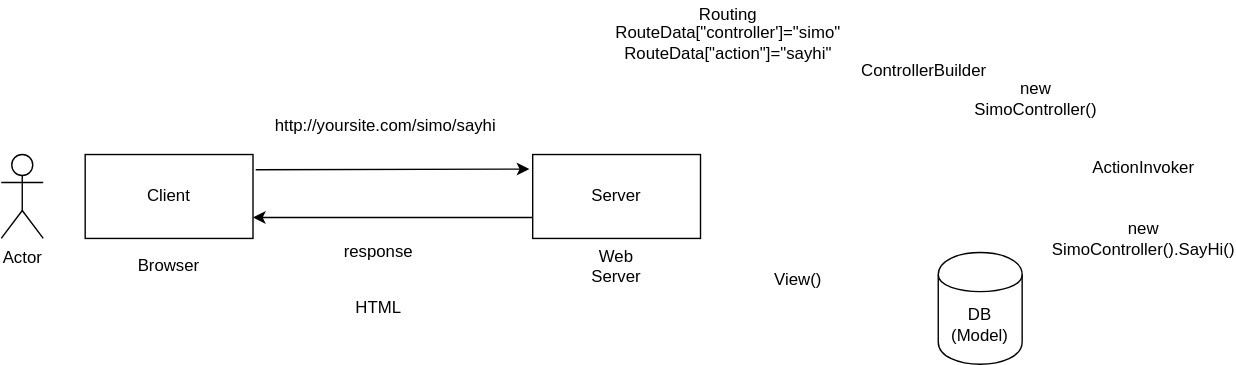
scolapicchioni/BD2020 keeps this draw.io diagram as ASPNET/Demos/TheWeb/drawing02.drawio.svg. Above is the earlier version. Source tidied: cells renumbered, new cells last; positions are measured from the earlier drawing's top-left corner, leaving out a move shared by most shapes. The source it was exported from:
```xml
<mxGraphModel>
  <root>
    <mxCell id="0" />
    <mxCell id="1" parent="0" />
    <mxCell id="2" value="Client" style="rounded=0;whiteSpace=wrap;html=1;" parent="1" vertex="1">
      <mxGeometry x="60" y="110" width="120" height="60" as="geometry" />
    </mxCell>
    <mxCell id="3" value="Server" style="rounded=0;whiteSpace=wrap;html=1;" parent="1" vertex="1">
      <mxGeometry x="380" y="110" width="120" height="60" as="geometry" />
    </mxCell>
    <mxCell id="4" value="Actor" style="shape=umlActor;verticalLabelPosition=bottom;labelBackgroundColor=#ffffff;verticalAlign=top;html=1;" parent="1" vertex="1">
      <mxGeometry y="110" width="30" height="60" as="geometry" />
    </mxCell>
    <mxCell id="5" value="Browser" style="text;html=1;strokeColor=none;fillColor=none;align=center;verticalAlign=middle;whiteSpace=wrap;rounded=0;" parent="1" vertex="1">
      <mxGeometry x="100" y="180" width="40" height="20" as="geometry" />
    </mxCell>
    <mxCell id="6" style="endArrow=classic;html=1;exitX=1.016;exitY=0.181;exitDx=0;exitDy=0;exitPerimeter=0;entryX=-0.02;entryY=0.173;entryDx=0;entryDy=0;entryPerimeter=0;" parent="1" edge="1" source="2" target="3">
      <mxGeometry relative="1" as="geometry" />
    </mxCell>
    <mxCell id="7" value="http://yoursite.com/simo/sayhi" style="text;html=1;strokeColor=none;fillColor=none;align=center;verticalAlign=middle;whiteSpace=wrap;rounded=0;" parent="1" vertex="1">
      <mxGeometry x="240" y="80" width="70" height="20" as="geometry" />
    </mxCell>
    <mxCell id="8" style="endArrow=classic;html=1;exitX=0;exitY=0.75;exitDx=0;exitDy=0;entryX=1;entryY=0.75;entryDx=0;entryDy=0;" parent="1" edge="1" source="3" target="2">
      <mxGeometry relative="1" as="geometry" />
    </mxCell>
    <mxCell id="9" value="response" style="text;html=1;strokeColor=none;fillColor=none;align=center;verticalAlign=middle;whiteSpace=wrap;rounded=0;" parent="1" vertex="1">
      <mxGeometry x="250" y="170" width="40" height="20" as="geometry" />
    </mxCell>
    <mxCell id="10" value="Web Server" style="text;html=1;strokeColor=none;fillColor=none;align=center;verticalAlign=middle;whiteSpace=wrap;rounded=0;" parent="1" vertex="1">
      <mxGeometry x="420" y="180" width="40" height="20" as="geometry" />
    </mxCell>
    <mxCell id="11" value="DB (Model)" style="shape=cylinder;whiteSpace=wrap;html=1;boundedLbl=1;backgroundOutline=1;" parent="1" vertex="1">
      <mxGeometry x="670" y="180" width="60" height="80" as="geometry" />
    </mxCell>
    <mxCell id="12" value="Routing" style="text;html=1;strokeColor=none;fillColor=none;align=center;verticalAlign=middle;whiteSpace=wrap;rounded=0;" parent="1" vertex="1">
      <mxGeometry x="500" width="40" height="20" as="geometry" />
    </mxCell>
    <mxCell id="13" value="RouteData[&quot;controller']=&quot;simo&quot;&lt;br&gt;RouteData[&quot;action&quot;]=&quot;sayhi&quot;" style="text;html=1;strokeColor=none;fillColor=none;align=center;verticalAlign=middle;whiteSpace=wrap;rounded=0;" parent="1" vertex="1">
      <mxGeometry x="500" y="20" width="40" height="20" as="geometry" />
    </mxCell>
    <mxCell id="14" value="ControllerBuilder" style="text;html=1;strokeColor=none;fillColor=none;align=center;verticalAlign=middle;whiteSpace=wrap;rounded=0;" parent="1" vertex="1">
      <mxGeometry x="640" y="40" width="40" height="20" as="geometry" />
    </mxCell>
    <mxCell id="15" value="new SimoController()" style="text;html=1;strokeColor=none;fillColor=none;align=center;verticalAlign=middle;whiteSpace=wrap;rounded=0;" parent="1" vertex="1">
      <mxGeometry x="720" y="60" width="40" height="20" as="geometry" />
    </mxCell>
    <mxCell id="16" value="ActionInvoker" style="text;html=1;strokeColor=none;fillColor=none;align=center;verticalAlign=middle;whiteSpace=wrap;rounded=0;" parent="1" vertex="1">
      <mxGeometry x="797" y="110" width="40" height="20" as="geometry" />
    </mxCell>
    <mxCell id="17" value="new SimoController().SayHi()" style="text;html=1;strokeColor=none;fillColor=none;align=center;verticalAlign=middle;whiteSpace=wrap;rounded=0;" parent="1" vertex="1">
      <mxGeometry x="797" y="160" width="40" height="20" as="geometry" />
    </mxCell>
    <mxCell id="18" value="View()" style="text;html=1;strokeColor=none;fillColor=none;align=center;verticalAlign=middle;whiteSpace=wrap;rounded=0;" parent="1" vertex="1">
      <mxGeometry x="550" y="190" width="40" height="20" as="geometry" />
    </mxCell>
    <mxCell id="19" value="HTML" style="text;html=1;strokeColor=none;fillColor=none;align=center;verticalAlign=middle;whiteSpace=wrap;rounded=0;" parent="1" vertex="1">
      <mxGeometry x="250" y="210" width="40" height="20" as="geometry" />
    </mxCell>
  </root>
</mxGraphModel>
```
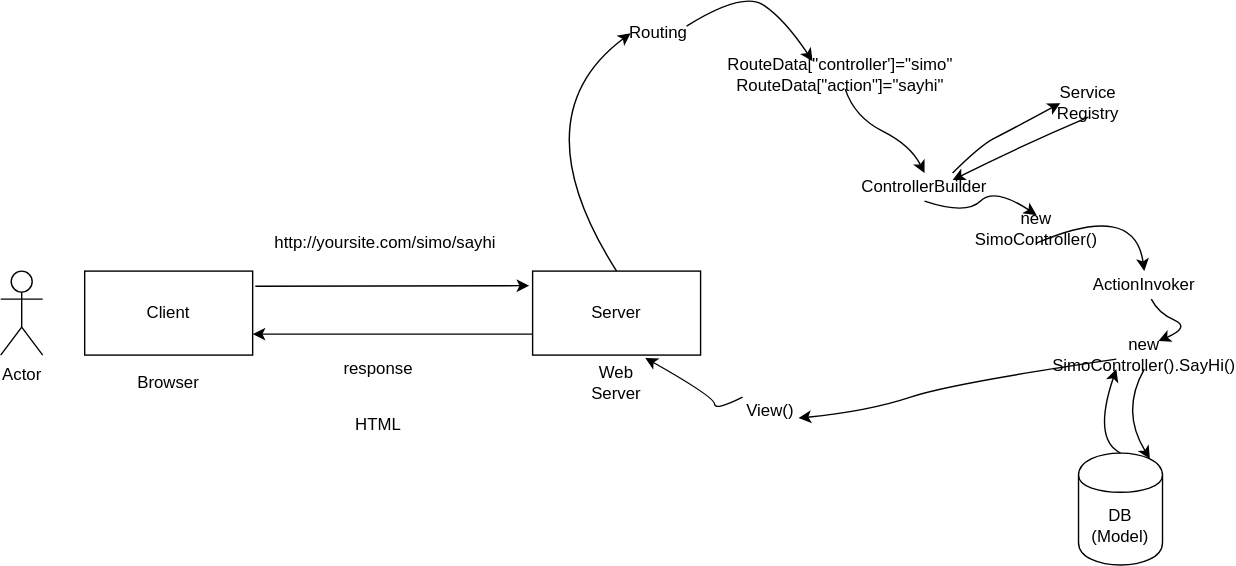
The same diagram one commit later.

Change to the diagram source:
```diff
@@ -30,19 +30,19 @@
       <mxGeometry x="420" y="180" width="40" height="20" as="geometry" />
     </mxCell>
     <mxCell id="11" value="DB (Model)" style="shape=cylinder;whiteSpace=wrap;html=1;boundedLbl=1;backgroundOutline=1;" parent="1" vertex="1">
-      <mxGeometry x="670" y="180" width="60" height="80" as="geometry" />
+      <mxGeometry x="770" y="240" width="60" height="80" as="geometry" />
     </mxCell>
     <mxCell id="12" value="Routing" style="text;html=1;strokeColor=none;fillColor=none;align=center;verticalAlign=middle;whiteSpace=wrap;rounded=0;" parent="1" vertex="1">
-      <mxGeometry x="500" width="40" height="20" as="geometry" />
+      <mxGeometry x="450" y="-70" width="40" height="20" as="geometry" />
     </mxCell>
     <mxCell id="13" value="RouteData[&quot;controller']=&quot;simo&quot;&lt;br&gt;RouteData[&quot;action&quot;]=&quot;sayhi&quot;" style="text;html=1;strokeColor=none;fillColor=none;align=center;verticalAlign=middle;whiteSpace=wrap;rounded=0;" parent="1" vertex="1">
-      <mxGeometry x="500" y="20" width="40" height="20" as="geometry" />
+      <mxGeometry x="580" y="-40" width="40" height="20" as="geometry" />
     </mxCell>
     <mxCell id="14" value="ControllerBuilder" style="text;html=1;strokeColor=none;fillColor=none;align=center;verticalAlign=middle;whiteSpace=wrap;rounded=0;" parent="1" vertex="1">
       <mxGeometry x="640" y="40" width="40" height="20" as="geometry" />
     </mxCell>
     <mxCell id="15" value="new SimoController()" style="text;html=1;strokeColor=none;fillColor=none;align=center;verticalAlign=middle;whiteSpace=wrap;rounded=0;" parent="1" vertex="1">
-      <mxGeometry x="720" y="60" width="40" height="20" as="geometry" />
+      <mxGeometry x="720" y="70" width="40" height="20" as="geometry" />
     </mxCell>
     <mxCell id="16" value="ActionInvoker" style="text;html=1;strokeColor=none;fillColor=none;align=center;verticalAlign=middle;whiteSpace=wrap;rounded=0;" parent="1" vertex="1">
       <mxGeometry x="797" y="110" width="40" height="20" as="geometry" />
@@ -51,10 +51,104 @@
       <mxGeometry x="797" y="160" width="40" height="20" as="geometry" />
     </mxCell>
     <mxCell id="18" value="View()" style="text;html=1;strokeColor=none;fillColor=none;align=center;verticalAlign=middle;whiteSpace=wrap;rounded=0;" parent="1" vertex="1">
-      <mxGeometry x="550" y="190" width="40" height="20" as="geometry" />
+      <mxGeometry x="530" y="200" width="40" height="20" as="geometry" />
     </mxCell>
     <mxCell id="19" value="HTML" style="text;html=1;strokeColor=none;fillColor=none;align=center;verticalAlign=middle;whiteSpace=wrap;rounded=0;" parent="1" vertex="1">
       <mxGeometry x="250" y="210" width="40" height="20" as="geometry" />
     </mxCell>
+    <mxCell id="20" style="curved=1;endArrow=classic;html=1;exitX=0.5;exitY=0;exitDx=0;exitDy=0;entryX=0;entryY=0.5;entryDx=0;entryDy=0;" parent="1" edge="1" source="3" target="12">
+      <mxGeometry relative="1" as="geometry">
+        <Array as="points">
+          <mxPoint x="370" />
+        </Array>
+      </mxGeometry>
+    </mxCell>
+    <mxCell id="21" style="curved=1;endArrow=classic;html=1;entryX=0.5;entryY=0;entryDx=0;entryDy=0;" parent="1" edge="1" source="13" target="14">
+      <mxGeometry relative="1" as="geometry">
+        <Array as="points">
+          <mxPoint x="610" />
+          <mxPoint x="650" y="20" />
+        </Array>
+      </mxGeometry>
+    </mxCell>
+    <mxCell id="22" style="curved=1;endArrow=classic;html=1;entryX=0;entryY=0.5;entryDx=0;entryDy=0;exitX=1;exitY=0;exitDx=0;exitDy=0;" parent="1" edge="1" source="14" target="24">
+      <mxGeometry relative="1" as="geometry">
+        <Array as="points">
+          <mxPoint x="700" y="20" />
+          <mxPoint x="720" y="10" />
+        </Array>
+      </mxGeometry>
+    </mxCell>
+    <mxCell id="23" style="curved=1;endArrow=classic;html=1;exitX=1;exitY=0.25;exitDx=0;exitDy=0;entryX=0;entryY=0;entryDx=0;entryDy=0;" parent="1" edge="1" source="12" target="13">
+      <mxGeometry relative="1" as="geometry">
+        <Array as="points">
+          <mxPoint x="530" y="-90" />
+          <mxPoint x="560" y="-70" />
+        </Array>
+      </mxGeometry>
+    </mxCell>
+    <mxCell id="24" value="Service Registry" style="text;html=1;strokeColor=none;fillColor=none;align=center;verticalAlign=middle;whiteSpace=wrap;rounded=0;" parent="1" vertex="1">
+      <mxGeometry x="757" y="-20" width="40" height="20" as="geometry" />
+    </mxCell>
+    <mxCell id="25" style="curved=1;endArrow=classic;html=1;exitX=0.5;exitY=1;exitDx=0;exitDy=0;entryX=1;entryY=0.25;entryDx=0;entryDy=0;" parent="1" edge="1" source="24" target="14">
+      <mxGeometry relative="1" as="geometry">
+        <Array as="points">
+          <mxPoint x="730" y="20" />
+        </Array>
+      </mxGeometry>
+    </mxCell>
+    <mxCell id="26" style="curved=1;endArrow=classic;html=1;entryX=0.5;entryY=0;entryDx=0;entryDy=0;exitX=0.5;exitY=1;exitDx=0;exitDy=0;" parent="1" edge="1" source="14" target="15">
+      <mxGeometry relative="1" as="geometry">
+        <Array as="points">
+          <mxPoint x="690" y="70" />
+          <mxPoint x="710" y="50" />
+        </Array>
+      </mxGeometry>
+    </mxCell>
+    <mxCell id="27" style="curved=1;endArrow=classic;html=1;entryX=0.5;entryY=0;entryDx=0;entryDy=0;exitX=0.5;exitY=1;exitDx=0;exitDy=0;" parent="1" edge="1" source="15" target="16">
+      <mxGeometry relative="1" as="geometry">
+        <Array as="points">
+          <mxPoint x="810" y="60" />
+        </Array>
+      </mxGeometry>
+    </mxCell>
+    <mxCell id="28" style="curved=1;endArrow=classic;html=1;entryX=0.85;entryY=0.05;entryDx=0;entryDy=0;entryPerimeter=0;exitX=0.5;exitY=1;exitDx=0;exitDy=0;" parent="1" edge="1" source="17" target="11">
+      <mxGeometry relative="1" as="geometry">
+        <Array as="points">
+          <mxPoint x="800" y="210" />
+        </Array>
+      </mxGeometry>
+    </mxCell>
+    <mxCell id="29" style="curved=1;endArrow=classic;html=1;entryX=0;entryY=1;entryDx=0;entryDy=0;exitX=0.5;exitY=0;exitDx=0;exitDy=0;" parent="1" edge="1" source="11" target="17">
+      <mxGeometry relative="1" as="geometry">
+        <Array as="points">
+          <mxPoint x="780" y="230" />
+        </Array>
+      </mxGeometry>
+    </mxCell>
+    <mxCell id="30" style="curved=1;endArrow=classic;html=1;entryX=0.75;entryY=0;entryDx=0;entryDy=0;" parent="1" edge="1" source="16" target="17">
+      <mxGeometry relative="1" as="geometry">
+        <Array as="points">
+          <mxPoint x="827" y="140" />
+          <mxPoint x="850" y="150" />
+        </Array>
+      </mxGeometry>
+    </mxCell>
+    <mxCell id="31" style="curved=1;endArrow=classic;html=1;entryX=1;entryY=0.75;entryDx=0;entryDy=0;" parent="1" edge="1" source="17" target="18">
+      <mxGeometry relative="1" as="geometry">
+        <Array as="points">
+          <mxPoint x="680" y="190" />
+          <mxPoint x="620" y="210" />
+        </Array>
+      </mxGeometry>
+    </mxCell>
+    <mxCell id="32" style="curved=1;endArrow=classic;html=1;exitX=0;exitY=0;exitDx=0;exitDy=0;entryX=0.67;entryY=1.033;entryDx=0;entryDy=0;entryPerimeter=0;" parent="1" edge="1" source="18" target="3">
+      <mxGeometry relative="1" as="geometry">
+        <Array as="points">
+          <mxPoint x="510" y="210" />
+          <mxPoint x="510" y="200" />
+        </Array>
+      </mxGeometry>
+    </mxCell>
   </root>
 </mxGraphModel>
```
